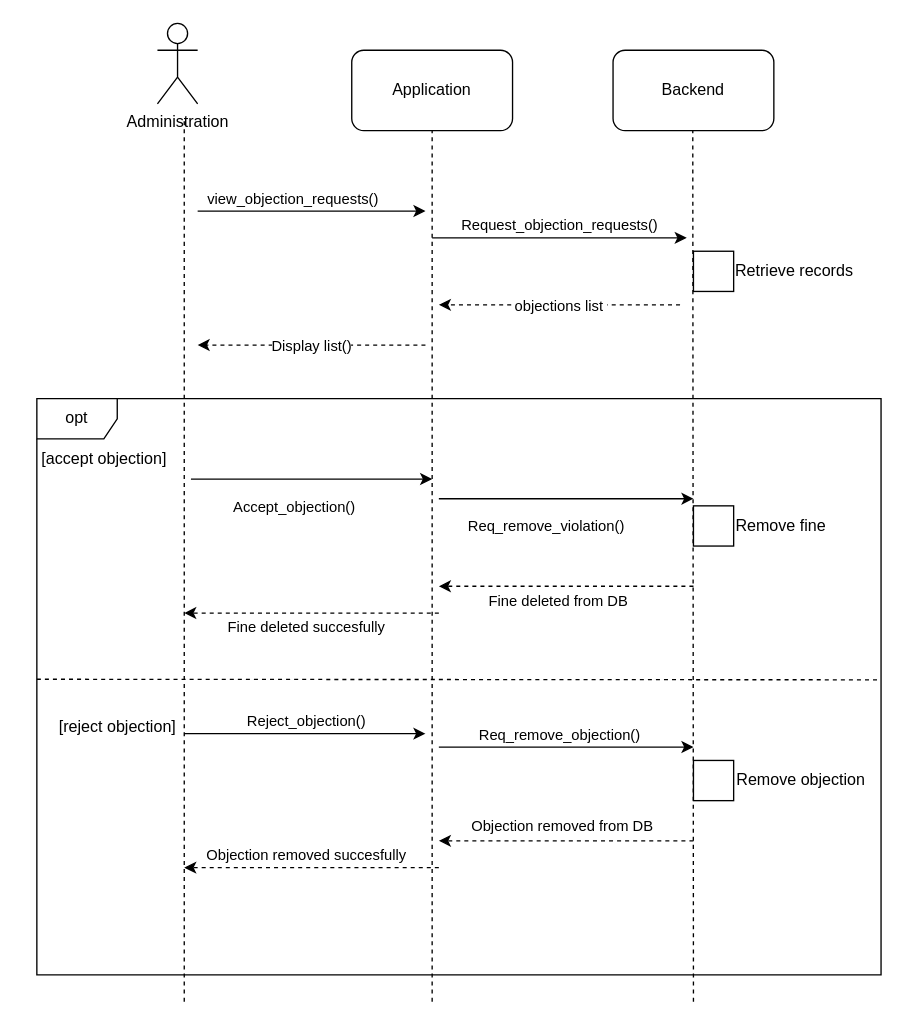
sarraGhali/Drone-parking-system keeps this draw.io diagram as page "Objection management" (6 of 7) of Untitled Diagram.drawio. Above is the earlier version. Source tidied: cells renumbered, new cells numbered last; positions are measured from the earlier drawing's top-left corner, leaving out a move shared by most shapes. Both pictures are drawn from the tidied source at 134%, with x=0, y=0 at pixel (23, 23).
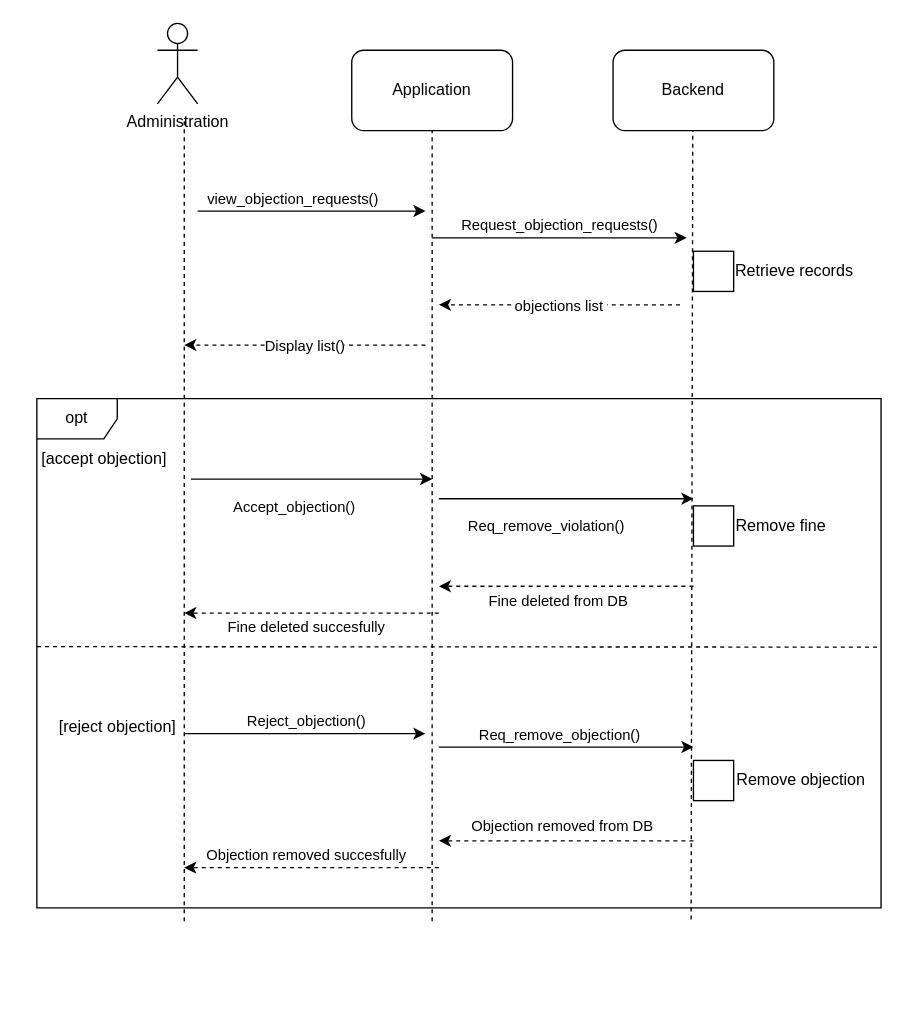
The same page after the edit.

The edit, as a diff of the source:
```diff
@@
     <mxCell id="4" style="endArrow=none;dashed=1;html=1;rounded=0;" parent="1" edge="1">
       <mxGeometry relative="1" as="geometry">
-        <mxPoint x="120" y="730" as="sourcePoint" />
+        <mxPoint x="120" y="670" as="sourcePoint" />
         <mxPoint x="120" y="70" as="targetPoint" />
       </mxGeometry>
     </mxCell>
@@
     <mxCell id="6" style="endArrow=none;dashed=1;html=1;rounded=0;" parent="1" edge="1">
       <mxGeometry relative="1" as="geometry">
-        <mxPoint x="305" y="730" as="sourcePoint" />
+        <mxPoint x="305" y="670" as="sourcePoint" />
         <mxPoint x="305" y="80" as="targetPoint" />
       </mxGeometry>
     </mxCell>
-    <mxCell id="7" style="endArrow=none;dashed=1;html=1;rounded=0;" parent="1" edge="1">
+    <mxCell id="7" style="endArrow=none;dashed=1;html=1;rounded=0;exitX=0.775;exitY=1.023;exitDx=0;exitDy=0;exitPerimeter=0;" parent="1" edge="1" source="18">
       <mxGeometry relative="1" as="geometry">
-        <mxPoint x="500" y="730" as="sourcePoint" />
         <mxPoint x="499.5" y="80" as="targetPoint" />
       </mxGeometry>
     </mxCell>
@@
     <mxCell id="16" style="endArrow=classic;html=1;rounded=0;dashed=1;" parent="1" edge="1">
       <mxGeometry relative="1" as="geometry">
         <mxPoint x="300" y="240" as="sourcePoint" />
-        <mxPoint x="130" y="240" as="targetPoint" />
+        <mxPoint x="120" y="240" as="targetPoint" />
         <Array as="points">
           <mxPoint x="210" y="240" />
         </Array>
       </mxGeometry>
     </mxCell>
@@
     <mxCell id="18" value="opt" style="shape=umlFrame;whiteSpace=wrap;html=1;fontSize=12;" parent="1" vertex="1">
-      <mxGeometry x="10" y="280" width="630" height="430" as="geometry" />
+      <mxGeometry x="10" y="280" width="630" height="380" as="geometry" />
     </mxCell>
```
